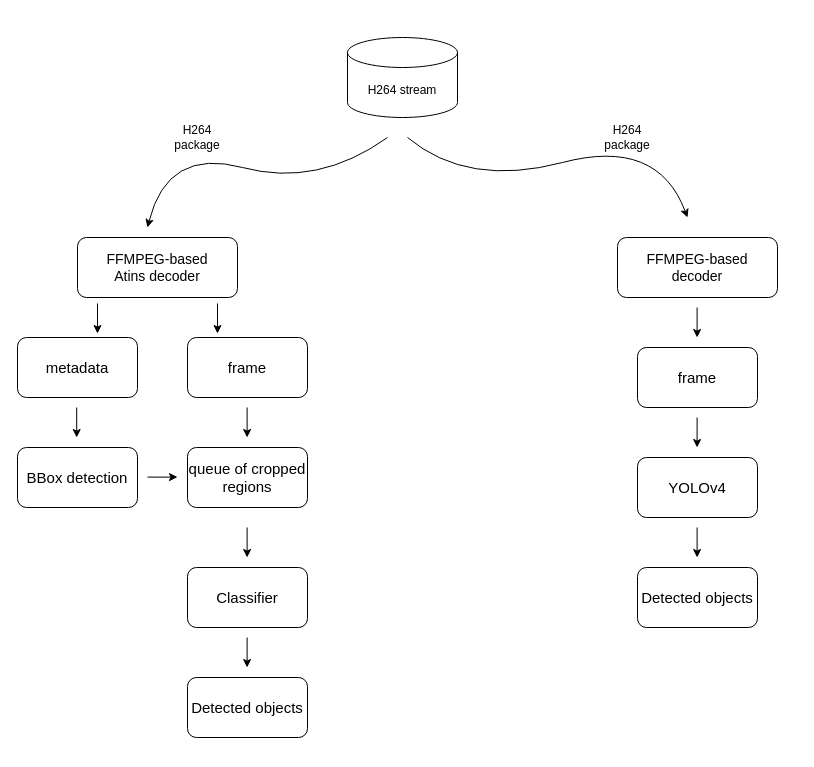
The draw.io diagram metadata_classifier.drawio in huunhan312/CodeDiagram, before the edit. Source tidied: cells renumbered, new cells numbered last; positions are measured from the earlier drawing's top-left corner, leaving out a move shared by most shapes. Both pictures are drawn from the tidied source at 100%, with x=0, y=0 at pixel (17, 37).
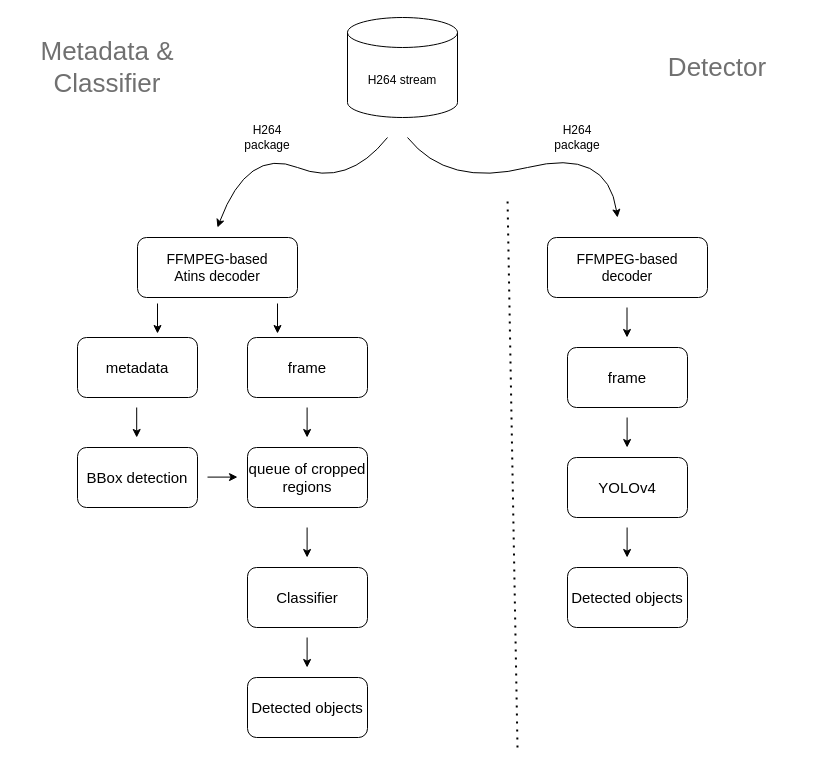
Above is the later version.

The edit, as a diff of the source:
```diff
@@
     <mxCell id="2" value="H264 stream" style="shape=cylinder3;whiteSpace=wrap;html=1;boundedLbl=1;backgroundOutline=1;size=15;" parent="1" vertex="1">
-      <mxGeometry x="330" width="110" height="80" as="geometry" />
+      <mxGeometry x="330" y="-20" width="110" height="100" as="geometry" />
     </mxCell>
     <mxCell id="3" style="curved=1;endArrow=classic;html=1;" parent="1" edge="1">
       <mxGeometry relative="1" as="geometry">
         <mxPoint x="370" y="100" as="sourcePoint" />
-        <mxPoint x="130" y="190" as="targetPoint" />
+        <mxPoint x="200" y="190" as="targetPoint" />
         <Array as="points">
-          <mxPoint x="300" y="150" />
-          <mxPoint x="150" y="110" />
+          <mxPoint x="330" y="150" />
+          <mxPoint x="230" y="110" />
         </Array>
       </mxGeometry>
     </mxCell>
     <mxCell id="4" style="curved=1;endArrow=classic;html=1;" parent="1" edge="1">
       <mxGeometry relative="1" as="geometry">
         <mxPoint x="390" y="100" as="sourcePoint" />
-        <mxPoint x="670" y="180" as="targetPoint" />
+        <mxPoint x="600" y="180" as="targetPoint" />
         <Array as="points">
-          <mxPoint x="450" y="150" />
-          <mxPoint x="640" y="100" />
+          <mxPoint x="430" y="150" />
+          <mxPoint x="590" y="110" />
         </Array>
       </mxGeometry>
     </mxCell>
     <mxCell id="5" value="H264 package" style="text;html=1;strokeColor=none;fillColor=none;align=center;verticalAlign=middle;whiteSpace=wrap;rounded=0;" parent="1" vertex="1">
-      <mxGeometry x="160" y="90" width="40" height="20" as="geometry" />
+      <mxGeometry x="230" y="90" width="40" height="20" as="geometry" />
     </mxCell>
     <mxCell id="6" value="H264 package" style="text;html=1;strokeColor=none;fillColor=none;align=center;verticalAlign=middle;whiteSpace=wrap;rounded=0;" parent="1" vertex="1">
-      <mxGeometry x="590" y="90" width="40" height="20" as="geometry" />
+      <mxGeometry x="540" y="90" width="40" height="20" as="geometry" />
     </mxCell>
     <mxCell id="7" value="&lt;font style=&quot;font-size: 14px&quot;&gt;FFMPEG-based&lt;br&gt;Atins decoder&lt;/font&gt;" style="rounded=1;whiteSpace=wrap;html=1;" parent="1" vertex="1">
-      <mxGeometry x="60" y="200" width="160" height="60" as="geometry" />
+      <mxGeometry x="120" y="200" width="160" height="60" as="geometry" />
     </mxCell>
     <mxCell id="8" value="&lt;font style=&quot;font-size: 14px&quot;&gt;FFMPEG-based&lt;br&gt;decoder&lt;/font&gt;" style="rounded=1;whiteSpace=wrap;html=1;" parent="1" vertex="1">
-      <mxGeometry x="600" y="200" width="160" height="60" as="geometry" />
+      <mxGeometry x="530" y="200" width="160" height="60" as="geometry" />
     </mxCell>
     <mxCell id="9" value="&lt;font style=&quot;font-size: 15px&quot;&gt;metadata&lt;/font&gt;" style="rounded=1;whiteSpace=wrap;html=1;" parent="1" vertex="1">
-      <mxGeometry y="300" width="120" height="60" as="geometry" />
+      <mxGeometry x="60" y="300" width="120" height="60" as="geometry" />
     </mxCell>
     <mxCell id="10" value="&lt;font style=&quot;font-size: 15px&quot;&gt;frame&lt;/font&gt;" style="rounded=1;whiteSpace=wrap;html=1;" parent="1" vertex="1">
-      <mxGeometry x="170" y="300" width="120" height="60" as="geometry" />
+      <mxGeometry x="230" y="300" width="120" height="60" as="geometry" />
     </mxCell>
     <mxCell id="11" value="&lt;font style=&quot;font-size: 15px&quot;&gt;BBox detection&lt;/font&gt;" style="rounded=1;whiteSpace=wrap;html=1;" parent="1" vertex="1">
-      <mxGeometry y="410" width="120" height="60" as="geometry" />
+      <mxGeometry x="60" y="410" width="120" height="60" as="geometry" />
     </mxCell>
     <mxCell id="12" value="&lt;span style=&quot;font-size: 15px&quot;&gt;queue of cropped regions&lt;/span&gt;" style="rounded=1;whiteSpace=wrap;html=1;" parent="1" vertex="1">
-      <mxGeometry x="170" y="410" width="120" height="60" as="geometry" />
+      <mxGeometry x="230" y="410" width="120" height="60" as="geometry" />
     </mxCell>
     <mxCell id="13" value="&lt;font style=&quot;font-size: 15px&quot;&gt;Classifier&lt;/font&gt;" style="rounded=1;whiteSpace=wrap;html=1;" parent="1" vertex="1">
-      <mxGeometry x="170" y="530" width="120" height="60" as="geometry" />
+      <mxGeometry x="230" y="530" width="120" height="60" as="geometry" />
     </mxCell>
     <mxCell id="14" style="endArrow=classic;html=1;" parent="1" edge="1">
       <mxGeometry relative="1" as="geometry">
-        <mxPoint x="80" y="266" as="sourcePoint" />
-        <mxPoint x="80" y="296" as="targetPoint" />
+        <mxPoint x="140" y="266" as="sourcePoint" />
+        <mxPoint x="140" y="296" as="targetPoint" />
       </mxGeometry>
     </mxCell>
     <mxCell id="15" style="endArrow=classic;html=1;" parent="1" edge="1">
       <mxGeometry relative="1" as="geometry">
-        <mxPoint x="200" y="266" as="sourcePoint" />
-        <mxPoint x="200" y="296" as="targetPoint" />
+        <mxPoint x="260" y="266" as="sourcePoint" />
+        <mxPoint x="260" y="296" as="targetPoint" />
       </mxGeometry>
     </mxCell>
     <mxCell id="16" style="endArrow=classic;html=1;" parent="1" edge="1">
       <mxGeometry relative="1" as="geometry">
-        <mxPoint x="59.2" y="370" as="sourcePoint" />
-        <mxPoint x="59.2" y="400" as="targetPoint" />
+        <mxPoint x="119.2" y="370" as="sourcePoint" />
+        <mxPoint x="119.2" y="400" as="targetPoint" />
       </mxGeometry>
     </mxCell>
     <mxCell id="17" style="endArrow=classic;html=1;" parent="1" edge="1">
       <mxGeometry relative="1" as="geometry">
-        <mxPoint x="229.6" y="370" as="sourcePoint" />
-        <mxPoint x="229.6" y="400" as="targetPoint" />
+        <mxPoint x="289.6" y="370" as="sourcePoint" />
+        <mxPoint x="289.6" y="400" as="targetPoint" />
       </mxGeometry>
     </mxCell>
     <mxCell id="18" style="endArrow=classic;html=1;" parent="1" edge="1">
       <mxGeometry relative="1" as="geometry">
-        <mxPoint x="130" y="439.6" as="sourcePoint" />
-        <mxPoint x="160" y="439.6" as="targetPoint" />
+        <mxPoint x="190" y="439.6" as="sourcePoint" />
+        <mxPoint x="220" y="439.6" as="targetPoint" />
       </mxGeometry>
     </mxCell>
     <mxCell id="19" style="endArrow=classic;html=1;" parent="1" edge="1">
       <mxGeometry relative="1" as="geometry">
-        <mxPoint x="229.6" y="490" as="sourcePoint" />
-        <mxPoint x="229.6" y="520" as="targetPoint" />
+        <mxPoint x="289.6" y="490" as="sourcePoint" />
+        <mxPoint x="289.6" y="520" as="targetPoint" />
       </mxGeometry>
     </mxCell>
     <mxCell id="20" style="endArrow=classic;html=1;" parent="1" edge="1">
       <mxGeometry relative="1" as="geometry">
-        <mxPoint x="229.6" y="600" as="sourcePoint" />
-        <mxPoint x="229.6" y="630" as="targetPoint" />
+        <mxPoint x="289.6" y="600" as="sourcePoint" />
+        <mxPoint x="289.6" y="630" as="targetPoint" />
       </mxGeometry>
     </mxCell>
     <mxCell id="21" value="&lt;font style=&quot;font-size: 15px&quot;&gt;Detected objects&lt;/font&gt;" style="rounded=1;whiteSpace=wrap;html=1;" parent="1" vertex="1">
-      <mxGeometry x="170" y="640" width="120" height="60" as="geometry" />
+      <mxGeometry x="230" y="640" width="120" height="60" as="geometry" />
     </mxCell>
     <mxCell id="22" value="&lt;font style=&quot;font-size: 15px&quot;&gt;YOLOv4&lt;/font&gt;" style="rounded=1;whiteSpace=wrap;html=1;" parent="1" vertex="1">
-      <mxGeometry x="620" y="420" width="120" height="60" as="geometry" />
+      <mxGeometry x="550" y="420" width="120" height="60" as="geometry" />
     </mxCell>
     <mxCell id="23" value="&lt;font style=&quot;font-size: 15px&quot;&gt;Detected objects&lt;/font&gt;" style="rounded=1;whiteSpace=wrap;html=1;" parent="1" vertex="1">
-      <mxGeometry x="620" y="530" width="120" height="60" as="geometry" />
+      <mxGeometry x="550" y="530" width="120" height="60" as="geometry" />
     </mxCell>
-    <mxCell id="24" style="endArrow=classic;html=1;" parent="1" edge="1">
-      <mxGeometry relative="1" as="geometry">
-        <mxPoint x="679.6" y="270" as="sourcePoint" />
-        <mxPoint x="679.6" y="300" as="targetPoint" />
-      </mxGeometry>
-    </mxCell>
     <mxCell id="25" style="endArrow=classic;html=1;" parent="1" edge="1">
       <mxGeometry relative="1" as="geometry">
-        <mxPoint x="679.6" y="490" as="sourcePoint" />
-        <mxPoint x="679.6" y="520" as="targetPoint" />
+        <mxPoint x="609.6" y="490" as="sourcePoint" />
+        <mxPoint x="609.6" y="520" as="targetPoint" />
       </mxGeometry>
     </mxCell>
     <mxCell id="26" value="&lt;font style=&quot;font-size: 15px&quot;&gt;frame&lt;/font&gt;" style="rounded=1;whiteSpace=wrap;html=1;" parent="1" vertex="1">
-      <mxGeometry x="620" y="310" width="120" height="60" as="geometry" />
+      <mxGeometry x="550" y="310" width="120" height="60" as="geometry" />
     </mxCell>
     <mxCell id="27" style="endArrow=classic;html=1;" parent="1" edge="1">
       <mxGeometry relative="1" as="geometry">
-        <mxPoint x="679.6" y="380" as="sourcePoint" />
-        <mxPoint x="679.6" y="410" as="targetPoint" />
+        <mxPoint x="609.6" y="380" as="sourcePoint" />
+        <mxPoint x="609.6" y="410" as="targetPoint" />
       </mxGeometry>
     </mxCell>
+    <mxCell id="28" style="endArrow=none;dashed=1;html=1;dashPattern=1 3;strokeWidth=2;" parent="1" edge="1">
+      <mxGeometry relative="1" as="geometry">
+        <mxPoint x="500" y="710" as="sourcePoint" />
+        <mxPoint x="490" y="160" as="targetPoint" />
+      </mxGeometry>
+    </mxCell>
+    <mxCell id="29" value="&lt;font style=&quot;font-size: 26px&quot; color=&quot;#707070&quot;&gt;Metadata &amp;amp; Classifier&lt;/font&gt;" style="text;html=1;strokeColor=none;fillColor=none;align=center;verticalAlign=middle;whiteSpace=wrap;rounded=0;" parent="1" vertex="1">
+      <mxGeometry x="10" y="20" width="160" height="20" as="geometry" />
+    </mxCell>
+    <mxCell id="30" value="&lt;font style=&quot;font-size: 26px&quot; color=&quot;#707070&quot;&gt;Detector&lt;/font&gt;" style="text;html=1;strokeColor=none;fillColor=none;align=center;verticalAlign=middle;whiteSpace=wrap;rounded=0;" parent="1" vertex="1">
+      <mxGeometry x="620" y="20" width="160" height="20" as="geometry" />
+    </mxCell>
+    <mxCell id="31" style="endArrow=classic;html=1;" parent="1" edge="1">
+      <mxGeometry relative="1" as="geometry">
+        <mxPoint x="609.5" y="270" as="sourcePoint" />
+        <mxPoint x="609.5" y="300" as="targetPoint" />
+      </mxGeometry>
+    </mxCell>
```
